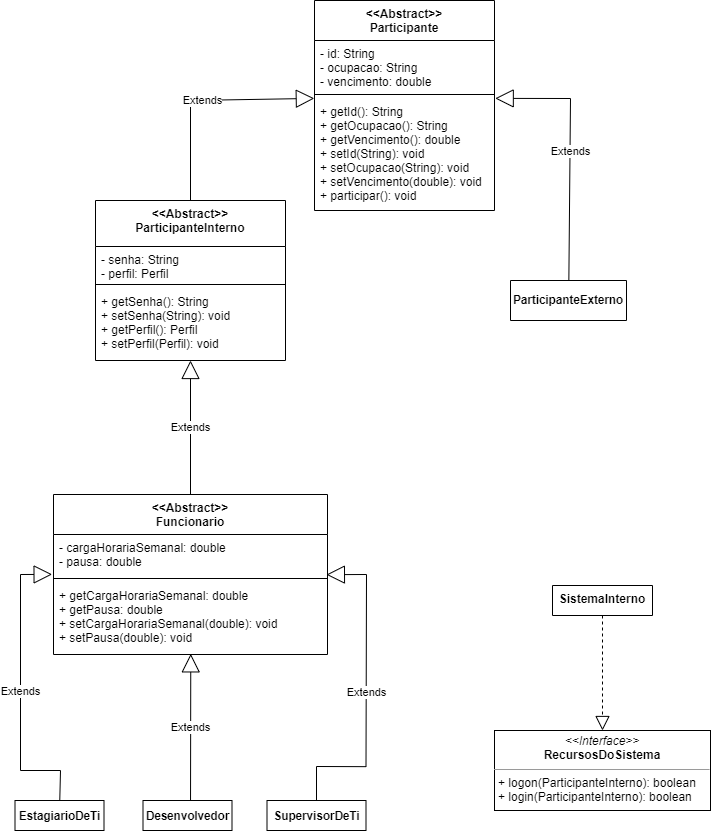
Before: erp.png, a diagram exported from draw.io (andre-alck/erp). Source tidied: cells renumbered, new cells last; positions are measured from the earlier drawing's top-left corner, leaving out a move shared by most shapes.
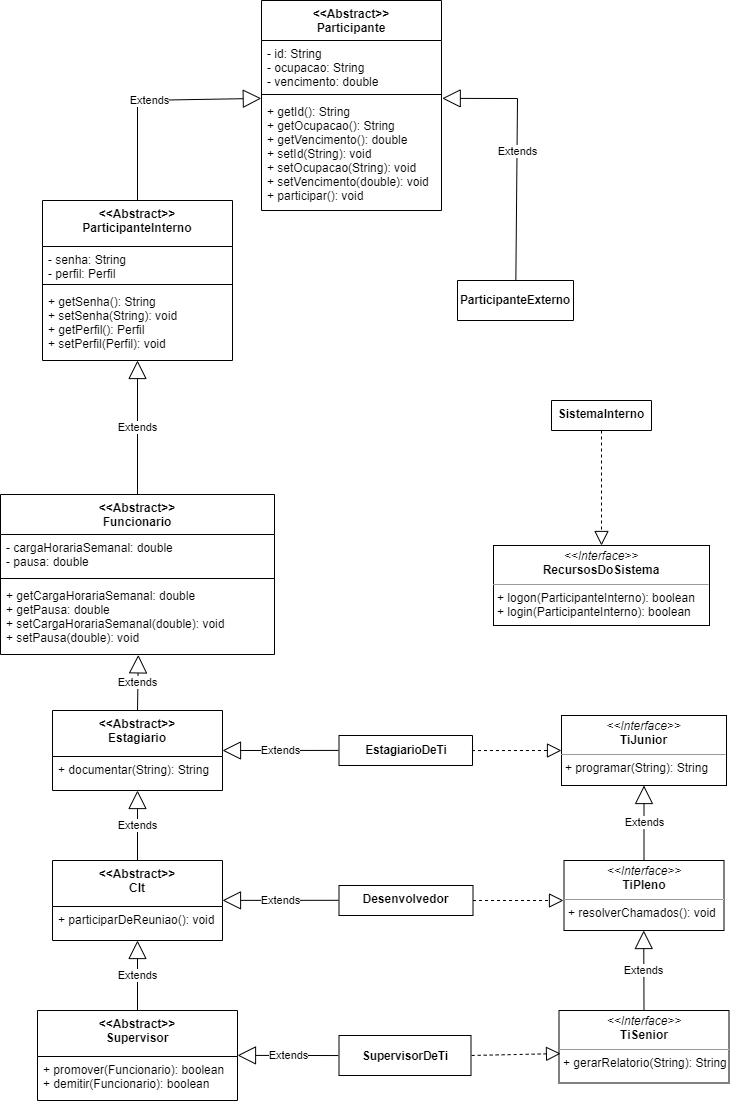
The same file after the commit.

The edit, as a diff of the source:
```diff
@@ -3,22 +3,13 @@
     <mxCell id="0" />
     <mxCell id="1" parent="0" />
     <mxCell id="2" value="&lt;div style=&quot;&quot;&gt;&lt;span style=&quot;font-size: 11.64px;&quot;&gt;&lt;b&gt;ParticipanteExterno&lt;/b&gt;&lt;/span&gt;&lt;/div&gt;" style="verticalAlign=middle;align=center;vsdxID=5;fillColor=#ffffff;gradientColor=none;shape=(stored shape, 172 characters);strokeColor=#000000;spacingTop=-3;spacingBottom=-3;spacingLeft=-3;spacingRight=-3;points=[];labelBackgroundColor=none;rounded=0;html=1;whiteSpace=wrap;" parent="1" vertex="1">
-      <mxGeometry x="496" y="280" width="116" height="40" as="geometry" />
+      <mxGeometry x="530" y="280" width="116" height="40" as="geometry" />
     </mxCell>
-    <mxCell id="3" value="&lt;div style=&quot;font-size: 1px&quot;&gt;&lt;font style=&quot;font-size:11.64px;font-family:Helvetica;color:#000000;direction:ltr;letter-spacing:0px;line-height:120%;opacity:1&quot;&gt;&lt;b&gt;SupervisorDeTi&lt;/b&gt;&lt;/font&gt;&lt;/div&gt;" style="verticalAlign=middle;align=center;vsdxID=8;fillColor=#ffffff;gradientColor=none;shape=(stored shape, 172 characters);strokeColor=#000000;spacingTop=-3;spacingBottom=-3;spacingLeft=-3;spacingRight=-3;points=[];labelBackgroundColor=none;rounded=0;html=1;whiteSpace=wrap;" parent="1" vertex="1">
-      <mxGeometry x="252.5" y="800" width="99" height="30" as="geometry" />
-    </mxCell>
-    <mxCell id="4" value="&lt;div style=&quot;font-size: 1px&quot;&gt;&lt;font style=&quot;font-size:11.64px;font-family:Helvetica;color:#000000;direction:ltr;letter-spacing:0px;line-height:120%;opacity:1&quot;&gt;&lt;b&gt;EstagiarioDeTi&lt;/b&gt;&lt;/font&gt;&lt;/div&gt;" style="verticalAlign=middle;align=center;vsdxID=13;fillColor=#ffffff;gradientColor=none;shape=(stored shape, 172 characters);strokeColor=#000000;spacingTop=-3;spacingBottom=-3;spacingLeft=-3;spacingRight=-3;points=[];labelBackgroundColor=none;rounded=0;html=1;whiteSpace=wrap;" parent="1" vertex="1">
-      <mxGeometry x="0.5" y="800" width="89" height="30" as="geometry" />
-    </mxCell>
-    <mxCell id="5" value="&lt;div style=&quot;font-size: 1px&quot;&gt;&lt;font style=&quot;font-size:11.64px;font-family:Helvetica;color:#000000;direction:ltr;letter-spacing:0px;line-height:120%;opacity:1&quot;&gt;&lt;b&gt;Desenvolvedor&lt;/b&gt;&lt;/font&gt;&lt;/div&gt;" style="verticalAlign=middle;align=center;vsdxID=14;fillColor=#ffffff;gradientColor=none;shape=(stored shape, 172 characters);strokeColor=#000000;spacingTop=-3;spacingBottom=-3;spacingLeft=-3;spacingRight=-3;points=[];labelBackgroundColor=none;rounded=0;html=1;whiteSpace=wrap;" parent="1" vertex="1">
-      <mxGeometry x="128.5" y="800" width="89" height="30" as="geometry" />
-    </mxCell>
     <mxCell id="6" parent="1" vertex="1">
-      <mxGeometry x="358.5" y="570" as="geometry" />
+      <mxGeometry x="392.5" y="570" as="geometry" />
     </mxCell>
     <mxCell id="7" value="&lt;&lt;Abstract&gt;&gt;&#10;Participante" style="swimlane;fontStyle=1;align=center;verticalAlign=top;horizontal=1;startSize=40;" parent="1" vertex="1">
-      <mxGeometry x="300" width="180" height="210" as="geometry" />
+      <mxGeometry x="334" width="180" height="210" as="geometry" />
     </mxCell>
     <mxCell id="8" value="- id: String&#10;- ocupacao: String&#10;- vencimento: double" style="text;strokeColor=none;fillColor=none;align=left;verticalAlign=top;spacingLeft=4;spacingRight=4;overflow=hidden;" parent="7" vertex="1">
       <mxGeometry y="40" width="180" height="50" as="geometry" />
@@ -30,10 +21,10 @@
       <mxGeometry y="98" width="180" height="112" as="geometry" />
     </mxCell>
     <mxCell id="11" value="SistemaInterno" style="swimlane;fontStyle=1;align=center;verticalAlign=top;horizontal=1;startSize=40;" parent="1" vertex="1">
-      <mxGeometry x="538" y="585" width="100" height="30" as="geometry" />
+      <mxGeometry x="624" y="400" width="100" height="30" as="geometry" />
     </mxCell>
     <mxCell id="12" value="&lt;&lt;Abstract&gt;&gt;&#10;ParticipanteInterno" style="swimlane;fontStyle=1;align=center;verticalAlign=top;horizontal=1;startSize=46;" parent="1" vertex="1">
-      <mxGeometry x="81" y="200" width="190" height="160" as="geometry" />
+      <mxGeometry x="115" y="200" width="190" height="160" as="geometry" />
     </mxCell>
     <mxCell id="13" value="- senha: String&#10;- perfil: Perfil" style="text;strokeColor=none;fillColor=none;align=left;verticalAlign=top;spacingLeft=4;spacingRight=4;overflow=hidden;" parent="12" vertex="1">
       <mxGeometry y="46" width="190" height="34" as="geometry" />
@@ -45,7 +36,7 @@
       <mxGeometry y="88" width="190" height="72" as="geometry" />
     </mxCell>
     <mxCell id="16" value="&lt;&lt;Abstract&gt;&gt;&#10;Funcionario" style="swimlane;fontStyle=1;align=center;verticalAlign=top;horizontal=1;startSize=40;" parent="1" vertex="1">
-      <mxGeometry x="39" y="494" width="274" height="160" as="geometry" />
+      <mxGeometry x="73" y="494" width="274" height="160" as="geometry" />
     </mxCell>
     <mxCell id="17" value="- cargaHorariaSemanal: double&#10;- pausa: double" style="text;strokeColor=none;fillColor=none;align=left;verticalAlign=top;spacingLeft=4;spacingRight=4;overflow=hidden;points=[[0,0.5],[1,0.5]];portConstraint=eastwest;" parent="16" vertex="1">
       <mxGeometry y="40" width="274" height="40" as="geometry" />
@@ -59,46 +50,103 @@
     <mxCell id="20" value="Extends" style="endArrow=block;endSize=16;endFill=0;html=1;rounded=0;exitX=0.5;exitY=0;exitDx=0;exitDy=0;entryX=-0.001;entryY=-0.001;entryDx=0;entryDy=0;entryPerimeter=0;" parent="1" edge="1" source="12" target="10">
       <mxGeometry relative="1" as="geometry">
         <Array as="points">
-          <mxPoint x="176" y="100" />
+          <mxPoint x="210" y="100" />
         </Array>
       </mxGeometry>
     </mxCell>
     <mxCell id="21" value="Extends" style="endArrow=block;endSize=16;endFill=0;html=1;rounded=0;exitX=0.5;exitY=0;exitDx=0;exitDy=0;entryX=0.5;entryY=1;entryDx=0;entryDy=0;entryPerimeter=0;" parent="1" edge="1" source="16" target="15">
       <mxGeometry relative="1" as="geometry" />
     </mxCell>
-    <mxCell id="22" value="Extends" style="endArrow=block;endSize=16;endFill=0;html=1;rounded=0;entryX=-0.005;entryY=0.997;entryDx=0;entryDy=0;entryPerimeter=0;exitX=0.503;exitY=0.002;exitDx=0;exitDy=0;exitPerimeter=0;" parent="1" edge="1" source="4" target="17">
-      <mxGeometry relative="1" as="geometry">
-        <Array as="points">
-          <mxPoint x="46" y="770" />
-          <mxPoint x="6" y="770" />
-          <mxPoint x="6" y="574" />
-        </Array>
-      </mxGeometry>
-    </mxCell>
-    <mxCell id="23" value="Extends" style="endArrow=block;endSize=16;endFill=0;html=1;rounded=0;exitX=0.5;exitY=0.002;exitDx=0;exitDy=0;exitPerimeter=0;entryX=0.996;entryY=1.004;entryDx=0;entryDy=0;entryPerimeter=0;" parent="1" edge="1" source="3" target="17">
-      <mxGeometry relative="1" as="geometry">
-        <Array as="points">
-          <mxPoint x="302" y="766" />
-          <mxPoint x="351.5" y="766.2" />
-          <mxPoint x="352" y="574" />
-        </Array>
-      </mxGeometry>
-    </mxCell>
-    <mxCell id="24" value="Extends" style="endArrow=block;endSize=16;endFill=0;html=1;rounded=0;entryX=0.501;entryY=0.991;entryDx=0;entryDy=0;entryPerimeter=0;exitX=0.534;exitY=0;exitDx=0;exitDy=0;exitPerimeter=0;" parent="1" edge="1" source="5" target="19">
-      <mxGeometry relative="1" as="geometry" />
-    </mxCell>
     <mxCell id="25" value="Extends" style="endArrow=block;endSize=16;endFill=0;html=1;rounded=0;entryX=1.004;entryY=-0.001;entryDx=0;entryDy=0;entryPerimeter=0;exitX=0.503;exitY=0;exitDx=0;exitDy=0;exitPerimeter=0;" parent="1" edge="1" source="2" target="10">
       <mxGeometry relative="1" as="geometry">
         <Array as="points">
-          <mxPoint x="556" y="98" />
+          <mxPoint x="590" y="98" />
         </Array>
       </mxGeometry>
     </mxCell>
     <mxCell id="26" value="&lt;p style=&quot;margin:0px;margin-top:4px;text-align:center;&quot;&gt;&lt;i&gt;&amp;lt;&amp;lt;Interface&amp;gt;&amp;gt;&lt;/i&gt;&lt;br&gt;&lt;b style=&quot;border-color: var(--border-color);&quot;&gt;RecursosDoSistema&lt;/b&gt;&lt;br&gt;&lt;/p&gt;&lt;hr size=&quot;1&quot;&gt;&lt;p style=&quot;margin:0px;margin-left:4px;&quot;&gt;+ logon(ParticipanteInterno): boolean&lt;br style=&quot;border-color: var(--border-color); padding: 0px; margin: 0px;&quot;&gt;+ login(ParticipanteInterno): boolean&lt;/p&gt;" style="verticalAlign=top;align=left;overflow=fill;fontSize=12;fontFamily=Helvetica;html=1;" parent="1" vertex="1">
-      <mxGeometry x="480" y="730" width="216" height="80" as="geometry" />
+      <mxGeometry x="566" y="545" width="216" height="80" as="geometry" />
     </mxCell>
     <mxCell id="27" style="endArrow=block;dashed=1;endFill=0;endSize=12;html=1;rounded=0;exitX=0.5;exitY=1;exitDx=0;exitDy=0;entryX=0.5;entryY=0;entryDx=0;entryDy=0;" parent="1" edge="1" source="11" target="26">
       <mxGeometry relative="1" as="geometry" />
     </mxCell>
+    <mxCell id="28" value="&lt;p style=&quot;margin:0px;margin-top:4px;text-align:center;&quot;&gt;&lt;i&gt;&amp;lt;&amp;lt;Interface&amp;gt;&amp;gt;&lt;/i&gt;&lt;br&gt;&lt;b&gt;TiJunior&lt;/b&gt;&lt;/p&gt;&lt;hr size=&quot;1&quot;&gt;&lt;p style=&quot;margin:0px;margin-left:4px;&quot;&gt;+ programar(String): String&lt;/p&gt;" style="verticalAlign=top;align=left;overflow=fill;fontSize=12;fontFamily=Helvetica;html=1;" parent="1" vertex="1">
+      <mxGeometry x="634" y="715" width="165" height="70" as="geometry" />
+    </mxCell>
+    <mxCell id="29" value="&lt;p style=&quot;margin:0px;margin-top:4px;text-align:center;&quot;&gt;&lt;i&gt;&amp;lt;&amp;lt;Interface&amp;gt;&amp;gt;&lt;/i&gt;&lt;br&gt;&lt;b&gt;TiPleno&lt;/b&gt;&lt;/p&gt;&lt;hr size=&quot;1&quot;&gt;&lt;p style=&quot;margin:0px;margin-left:4px;&quot;&gt;&lt;/p&gt;&lt;p style=&quot;margin:0px;margin-left:4px;&quot;&gt;+ resolverChamados(): void&lt;br&gt;&lt;/p&gt;" style="verticalAlign=top;align=left;overflow=fill;fontSize=12;fontFamily=Helvetica;html=1;" parent="1" vertex="1">
+      <mxGeometry x="636.5" y="860" width="160" height="70" as="geometry" />
+    </mxCell>
+    <mxCell id="30" value="&lt;p style=&quot;margin:0px;margin-top:4px;text-align:center;&quot;&gt;&lt;i&gt;&amp;lt;&amp;lt;Interface&amp;gt;&amp;gt;&lt;/i&gt;&lt;br&gt;&lt;b&gt;TiSenior&lt;/b&gt;&lt;/p&gt;&lt;hr size=&quot;1&quot;&gt;&lt;p style=&quot;margin:0px;margin-left:4px;&quot;&gt;&lt;/p&gt;&lt;p style=&quot;margin:0px;margin-left:4px;&quot;&gt;+ gerarRelatorio(String): String&lt;/p&gt;" style="verticalAlign=top;align=left;overflow=fill;fontSize=12;fontFamily=Helvetica;html=1;" parent="1" vertex="1">
+      <mxGeometry x="631.5" y="1010" width="170" height="72.5" as="geometry" />
+    </mxCell>
+    <mxCell id="4" value="&lt;div style=&quot;&quot;&gt;&lt;span style=&quot;font-size: 11.64px;&quot;&gt;&lt;b&gt;EstagiarioDeTi&lt;/b&gt;&lt;/span&gt;&lt;/div&gt;" style="verticalAlign=middle;align=center;vsdxID=13;fillColor=#ffffff;gradientColor=none;shape=(stored shape, 172 characters);strokeColor=#000000;spacingTop=-3;spacingBottom=-3;spacingLeft=-3;spacingRight=-3;points=[];labelBackgroundColor=none;rounded=0;html=1;whiteSpace=wrap;" parent="1" vertex="1">
+      <mxGeometry x="411.5" y="735" width="133.5" height="30" as="geometry" />
+    </mxCell>
+    <mxCell id="5" value="Desenvolvedor" style="swimlane;fontStyle=1;align=center;verticalAlign=top;horizontal=1;startSize=30;" parent="1" vertex="1">
+      <mxGeometry x="411.5" y="885" width="134" height="30" as="geometry" />
+    </mxCell>
+    <mxCell id="3" value="&lt;div style=&quot;font-size: 1px&quot;&gt;&lt;font style=&quot;font-size:11.64px;font-family:Helvetica;color:#000000;direction:ltr;letter-spacing:0px;line-height:120%;opacity:1&quot;&gt;&lt;b&gt;SupervisorDeTi&lt;/b&gt;&lt;/font&gt;&lt;/div&gt;" style="verticalAlign=middle;align=center;vsdxID=8;fillColor=#ffffff;gradientColor=none;shape=(stored shape, 172 characters);strokeColor=#000000;spacingTop=-3;spacingBottom=-3;spacingLeft=-3;spacingRight=-3;points=[];labelBackgroundColor=none;rounded=0;html=1;whiteSpace=wrap;" parent="1" vertex="1">
+      <mxGeometry x="411.5" y="1035" width="132" height="40" as="geometry" />
+    </mxCell>
+    <mxCell id="31" value="&lt;&lt;Abstract&gt;&gt;&#10;Estagiario" style="swimlane;fontStyle=1;align=center;verticalAlign=top;horizontal=1;startSize=46;" parent="1" vertex="1">
+      <mxGeometry x="125" y="710" width="170" height="80" as="geometry" />
+    </mxCell>
+    <mxCell id="32" value="+ documentar(String): String" style="text;strokeColor=none;fillColor=none;align=left;verticalAlign=top;spacingLeft=4;spacingRight=4;overflow=hidden;points=[[0,0.5],[1,0.5]];portConstraint=eastwest;" parent="31" vertex="1">
+      <mxGeometry y="46" width="170" height="34" as="geometry" />
+    </mxCell>
+    <mxCell id="33" value="&lt;&lt;Abstract&gt;&gt;&#10;Clt" style="swimlane;fontStyle=1;align=center;verticalAlign=top;horizontal=1;startSize=46;" parent="1" vertex="1">
+      <mxGeometry x="125" y="860" width="170" height="80" as="geometry" />
+    </mxCell>
+    <mxCell id="34" value="+ participarDeReuniao(): void" style="text;strokeColor=none;fillColor=none;align=left;verticalAlign=top;spacingLeft=4;spacingRight=4;overflow=hidden;points=[[0,0.5],[1,0.5]];portConstraint=eastwest;" parent="33" vertex="1">
+      <mxGeometry y="46" width="170" height="34" as="geometry" />
+    </mxCell>
+    <mxCell id="35" value="&lt;&lt;Abstract&gt;&gt;&#10;Supervisor" style="swimlane;fontStyle=1;align=center;verticalAlign=top;horizontal=1;startSize=46;" parent="1" vertex="1">
+      <mxGeometry x="110" y="1010" width="200" height="90" as="geometry" />
+    </mxCell>
+    <mxCell id="36" value="+ promover(Funcionario): boolean&#10;+ demitir(Funcionario): boolean" style="text;strokeColor=none;fillColor=none;align=left;verticalAlign=top;spacingLeft=4;spacingRight=4;overflow=hidden;" parent="35" vertex="1">
+      <mxGeometry y="46" width="200" height="44" as="geometry" />
+    </mxCell>
+    <mxCell id="37" value="Extends" style="endArrow=block;endSize=16;endFill=0;html=1;rounded=0;entryX=0.5;entryY=1;entryDx=0;entryDy=0;exitX=0.5;exitY=0;exitDx=0;exitDy=0;" parent="1" edge="1" source="29" target="28">
+      <mxGeometry relative="1" as="geometry" />
+    </mxCell>
+    <mxCell id="38" value="Extends" style="endArrow=block;endSize=16;endFill=0;html=1;rounded=0;exitX=0.5;exitY=0;exitDx=0;exitDy=0;entryX=0.503;entryY=1.005;entryDx=0;entryDy=0;entryPerimeter=0;" parent="1" edge="1" source="31" target="19">
+      <mxGeometry relative="1" as="geometry" />
+    </mxCell>
+    <mxCell id="39" value="Extends" style="endArrow=block;endSize=16;endFill=0;html=1;rounded=0;exitX=0.5;exitY=0;exitDx=0;exitDy=0;entryX=0.5;entryY=1;entryDx=0;entryDy=0;entryPerimeter=0;" parent="1" edge="1" source="33" target="32">
+      <mxGeometry relative="1" as="geometry" />
+    </mxCell>
+    <mxCell id="40" value="Extends" style="endArrow=block;endSize=16;endFill=0;html=1;rounded=0;exitX=0.5;exitY=0;exitDx=0;exitDy=0;entryX=0.5;entryY=1;entryDx=0;entryDy=0;entryPerimeter=0;" parent="1" edge="1" source="35" target="34">
+      <mxGeometry relative="1" as="geometry" />
+    </mxCell>
+    <mxCell id="41" value="Extends" style="endArrow=block;endSize=16;endFill=0;html=1;rounded=0;exitX=-0.004;exitY=0.497;exitDx=0;exitDy=0;exitPerimeter=0;entryX=1;entryY=0.5;entryDx=0;entryDy=0;" parent="1" edge="1" source="4" target="31">
+      <mxGeometry relative="1" as="geometry" />
+    </mxCell>
+    <mxCell id="42" value="Extends" style="endArrow=block;endSize=16;endFill=0;html=1;rounded=0;exitX=-0.004;exitY=0.497;exitDx=0;exitDy=0;exitPerimeter=0;entryX=1;entryY=0.5;entryDx=0;entryDy=0;" parent="1" edge="1">
+      <mxGeometry relative="1" as="geometry">
+        <mxPoint x="411" y="899.8" as="sourcePoint" />
+        <mxPoint x="295" y="899.9" as="targetPoint" />
+      </mxGeometry>
+    </mxCell>
+    <mxCell id="43" value="Extends" style="endArrow=block;endSize=16;endFill=0;html=1;rounded=0;exitX=-0.005;exitY=0.501;exitDx=0;exitDy=0;exitPerimeter=0;entryX=1;entryY=0.5;entryDx=0;entryDy=0;" parent="1" edge="1" source="3">
+      <mxGeometry relative="1" as="geometry">
+        <mxPoint x="310" y="1054.9" as="targetPoint" />
+      </mxGeometry>
+    </mxCell>
+    <mxCell id="44" style="endArrow=block;dashed=1;endFill=0;endSize=12;html=1;rounded=0;exitX=0.996;exitY=0.502;exitDx=0;exitDy=0;exitPerimeter=0;entryX=0;entryY=0.5;entryDx=0;entryDy=0;" parent="1" edge="1" source="4" target="28">
+      <mxGeometry relative="1" as="geometry" />
+    </mxCell>
+    <mxCell id="45" style="endArrow=block;dashed=1;endFill=0;endSize=12;html=1;rounded=0;exitX=1;exitY=0.5;exitDx=0;exitDy=0;" parent="1" edge="1" source="5">
+      <mxGeometry relative="1" as="geometry">
+        <mxPoint x="636" y="900" as="targetPoint" />
+      </mxGeometry>
+    </mxCell>
+    <mxCell id="46" style="endArrow=block;dashed=1;endFill=0;endSize=12;html=1;rounded=0;exitX=1.005;exitY=0.499;exitDx=0;exitDy=0;exitPerimeter=0;entryX=0.009;entryY=0.594;entryDx=0;entryDy=0;entryPerimeter=0;" parent="1" edge="1" source="3" target="30">
+      <mxGeometry relative="1" as="geometry" />
+    </mxCell>
+    <mxCell id="47" value="Extends" style="endArrow=block;endSize=16;endFill=0;html=1;rounded=0;entryX=0.5;entryY=1;entryDx=0;entryDy=0;exitX=0.5;exitY=0;exitDx=0;exitDy=0;" parent="1" edge="1" source="30">
+      <mxGeometry relative="1" as="geometry">
+        <mxPoint x="716.2" y="930" as="targetPoint" />
+      </mxGeometry>
+    </mxCell>
   </root>
 </mxGraphModel>
```
